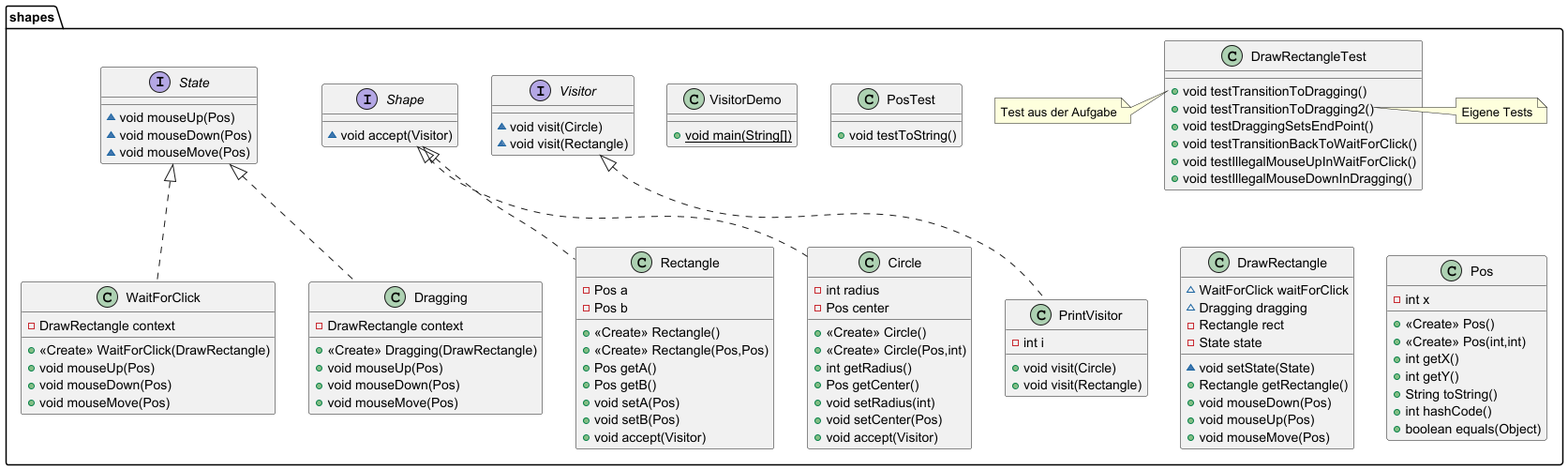
Earlier version of the PlantUML export src/shapes/ShapesUML.png (gthdtasdnm/2023FT).
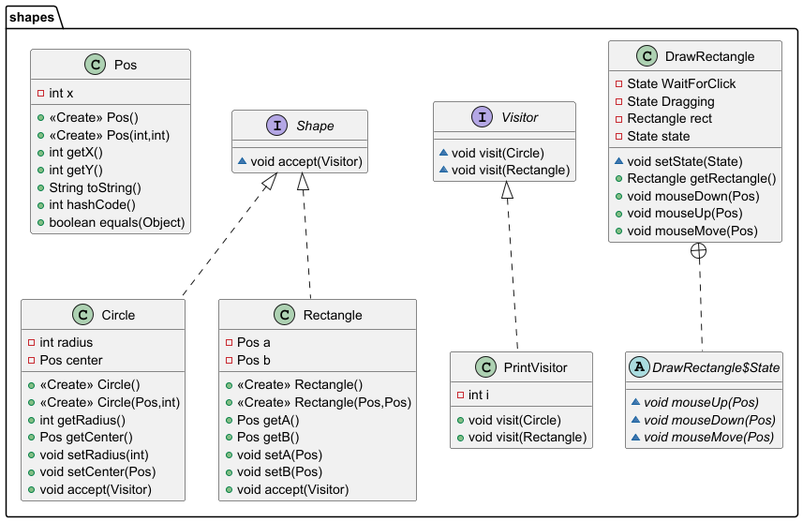
The same diagram one commit later.

What changed in the source:
```diff
@@ -1,18 +1,42 @@
 @startuml
-class shapes.DrawRectangleTest {
-+ void testTransitionToDragging()
-+ void testTransitionToDragging2()
-+ void testDraggingSetsEndPoint()
-+ void testTransitionBackToWaitForClick()
-+ void testIllegalMouseUpInWaitForClick()
-+ void testIllegalMouseDownInDragging()
+class shapes.PrintVisitor {
+- int i
++ void visit(Circle)
++ void visit(Rectangle)
 }
-note left of shapes.DrawRectangleTest::testTransitionToDragging()
-Test aus der Aufgabe
-end note
-note right of shapes.DrawRectangleTest::testTransitionToDragging2()
-Eigene Tests
-end note
+
+
+class shapes.DrawRectangle {
+- State WaitForClick
+- State Dragging
+- Rectangle rect
+- State state
+~ void setState(State)
++ Rectangle getRectangle()
++ void mouseDown(Pos)
++ void mouseUp(Pos)
++ void mouseMove(Pos)
+}
+
+
+abstract class shapes.DrawRectangle$State {
+~ {abstract}void mouseUp(Pos)
+~ {abstract}void mouseDown(Pos)
+~ {abstract}void mouseMove(Pos)
+}
+
+class shapes.Circle {
+- int radius
+- Pos center
++ <<Create>> Circle()
++ <<Create>> Circle(Pos,int)
++ int getRadius()
++ Pos getCenter()
++ void setRadius(int)
++ void setCenter(Pos)
++ void accept(Visitor)
+}
+
 
 class shapes.Rectangle {
 - Pos a
@@ -32,65 +56,6 @@
 ~ void visit(Rectangle)
 }
 
-class shapes.WaitForClick {
-- DrawRectangle context
-+ <<Create>> WaitForClick(DrawRectangle)
-+ void mouseUp(Pos)
-+ void mouseDown(Pos)
-+ void mouseMove(Pos)
-}
-
-
-class shapes.VisitorDemo {
-+ {static} void main(String[])
-}
-
-class shapes.Dragging {
-- DrawRectangle context
-+ <<Create>> Dragging(DrawRectangle)
-+ void mouseUp(Pos)
-+ void mouseDown(Pos)
-+ void mouseMove(Pos)
-}
-
-
-class shapes.PrintVisitor {
-- int i
-+ void visit(Circle)
-+ void visit(Rectangle)
-}
-
-
-class shapes.PosTest {
-+ void testToString()
-}
-
-class shapes.DrawRectangle {
-~ WaitForClick waitForClick
-~ Dragging dragging
-- Rectangle rect
-- State state
-~ void setState(State)
-+ Rectangle getRectangle()
-+ void mouseDown(Pos)
-+ void mouseUp(Pos)
-+ void mouseMove(Pos)
-}
-
-
-class shapes.Circle {
-- int radius
-- Pos center
-+ <<Create>> Circle()
-+ <<Create>> Circle(Pos,int)
-+ int getRadius()
-+ Pos getCenter()
-+ void setRadius(int)
-+ void setCenter(Pos)
-+ void accept(Visitor)
-}
-
-
 interface shapes.Shape {
 ~ void accept(Visitor)
 }
@@ -107,17 +72,10 @@
 }
 
 
-interface shapes.State {
-~ void mouseUp(Pos)
-~ void mouseDown(Pos)
-~ void mouseMove(Pos)
-}
 
 
-
+shapes.Visitor <|.. shapes.PrintVisitor
+shapes.DrawRectangle +.. shapes.DrawRectangle$State
+shapes.Shape <|.. shapes.Circle
 shapes.Shape <|.. shapes.Rectangle
-shapes.State <|.. shapes.WaitForClick
-shapes.State <|.. shapes.Dragging
-shapes.Visitor <|.. shapes.PrintVisitor
-shapes.Shape <|.. shapes.Circle
 @enduml
```
